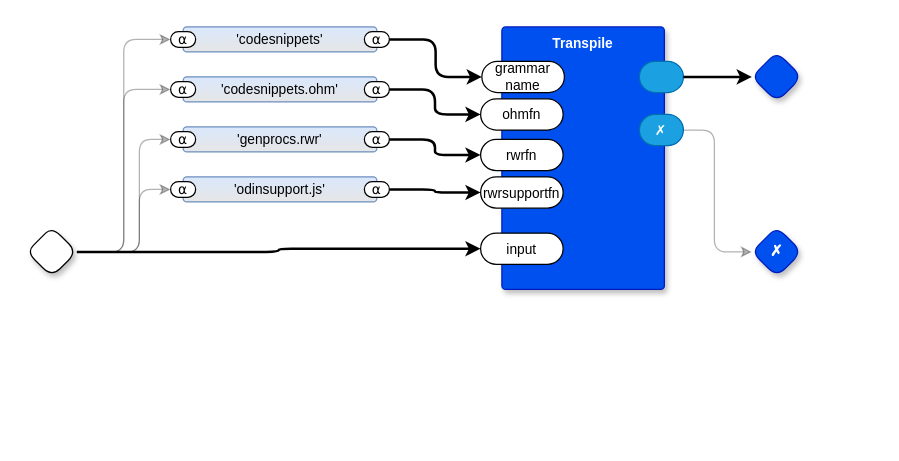
Above: page "Generate Procs" (7 of 21) of gen0d.drawio in guitarvydas/gen0d (draw.io), before the change. Source tidied: cells renumbered, new cells numbered last; positions are measured from the earlier drawing's top-left corner, leaving out a move shared by most shapes. Both pictures are drawn from the tidied source at 125%, with x=0, y=0 at pixel (26, 26).
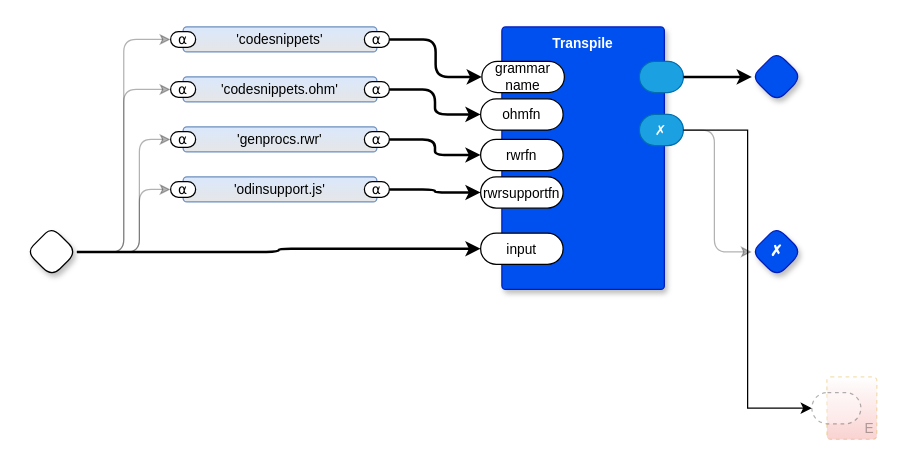
The same diagram, later.

Unchanged cells that the change refers to:
```xml
<mxCell id="7" value="✗" style="rounded=1;whiteSpace=wrap;html=1;sketch=0;points=[[0,0.5,0,0,0],[1,0.5,0,0,0]];fillColor=#1ba1e2;fontColor=#ffffff;strokeColor=#006EAF;arcSize=50;fontFamily=Helvetica;fontSize=11;" parent="4" vertex="1">
  <mxGeometry x="110" y="70" width="35.2" height="25" as="geometry" />
</mxCell>
```

Change to the diagram source:
```diff
@@
+    <mxCell id="36" value="E" style="rounded=1;whiteSpace=wrap;html=1;sketch=0;verticalAlign=bottom;arcSize=6;fontStyle=0;absoluteArcSize=1;shadow=0;strokeColor=#d79b00;fillColor=#FFFFFF;fontFamily=Helvetica;fontSize=11;dashed=1;opacity=30;align=right;textOpacity=30;gradientColor=#EA6B66;fontColor=default;" parent="1" vertex="1">
+      <mxGeometry x="640" y="280" width="40" height="50" as="geometry" />
+    </mxCell>
+    <mxCell id="37" style="rounded=1;whiteSpace=wrap;html=1;sketch=0;points=[[0,0.5,0,0,0],[1,0.5,0,0,0]];arcSize=50;fontFamily=Helvetica;fontSize=11;fontColor=default;dashed=1;textOpacity=50;opacity=30;fontStyle=0;" parent="36" vertex="1">
+      <mxGeometry x="-12" y="12.5" width="39.2" height="25" as="geometry" />
+    </mxCell>
+    <mxCell id="38" style="edgeStyle=orthogonalEdgeStyle;rounded=0;jettySize=auto;html=1;exitX=1;exitY=0.5;exitDx=0;exitDy=0;exitPerimeter=0;entryX=0;entryY=0.5;entryDx=0;entryDy=0;entryPerimeter=0;" parent="1" edge="1" source="7" target="37">
+      <mxGeometry relative="1" as="geometry" />
+    </mxCell>
```
